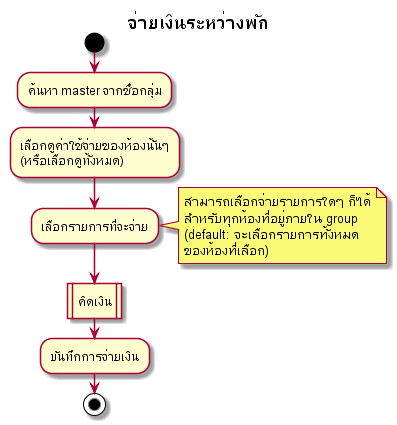
This is out/activity-diagram/Master/Master_Bill/จ่ายเงินระหว่างพัก.png from cheat13/Prompiman_Diagram, a PlantUML export, as it was before one commit. Its diagram source:
```plantuml
@startuml
title จ่ายเงินระหว่างพัก
start

:ค้นหา master จากชื่อกลุ่ม;
:เลือกดูค่าใช้จ่ายของห้องนั้นๆ\n(หรือเลือกดูทั้งหมด);
:เลือกรายการที่จะจ่าย;
note right
    สามารถเลือกจ่ายรายการใดๆ ก็ได้
    สำหรับทุกห้องที่อยู่ภายใน group
    (default: จะเลือกรายการทั้งหมด
    ของห้องที่เลือก)
endnote
:คิดเงิน|
:บันทึกการจ่ายเงิน;

stop
@enduml
```
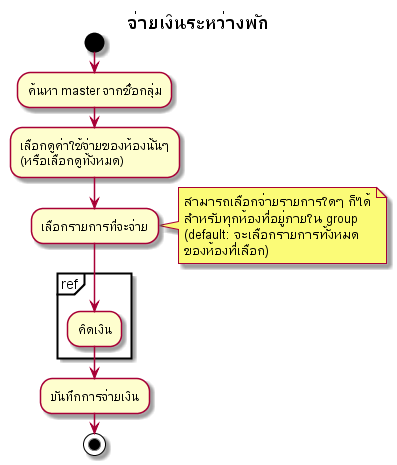
Later version of the same file.

Diff of the diagram source:
```diff
@@ -11,7 +11,9 @@
     (default: จะเลือกรายการทั้งหมด
     ของห้องที่เลือก)
 endnote
-:คิดเงิน|
+partition ref {
+    :คิดเงิน;
+}
 :บันทึกการจ่ายเงิน;
 
 stop
```
